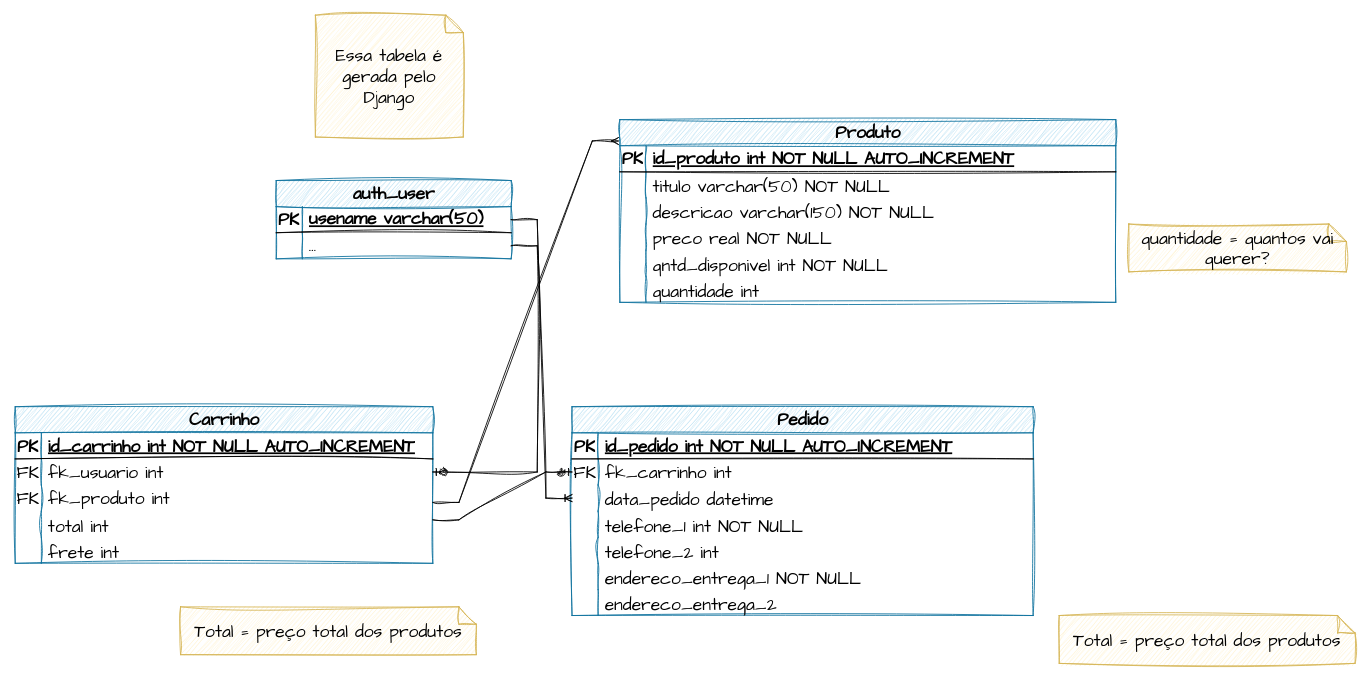
Earlier version of the draw.io diagram docs/DER.drawio (rafaelngoncalves5/classewatches). Source tidied: cells renumbered, new cells numbered last; positions are measured from the earlier drawing's top-left corner, leaving out a move shared by most shapes. Both pictures are drawn from the tidied source at 87%, with x=0, y=0 at pixel (15, 15).
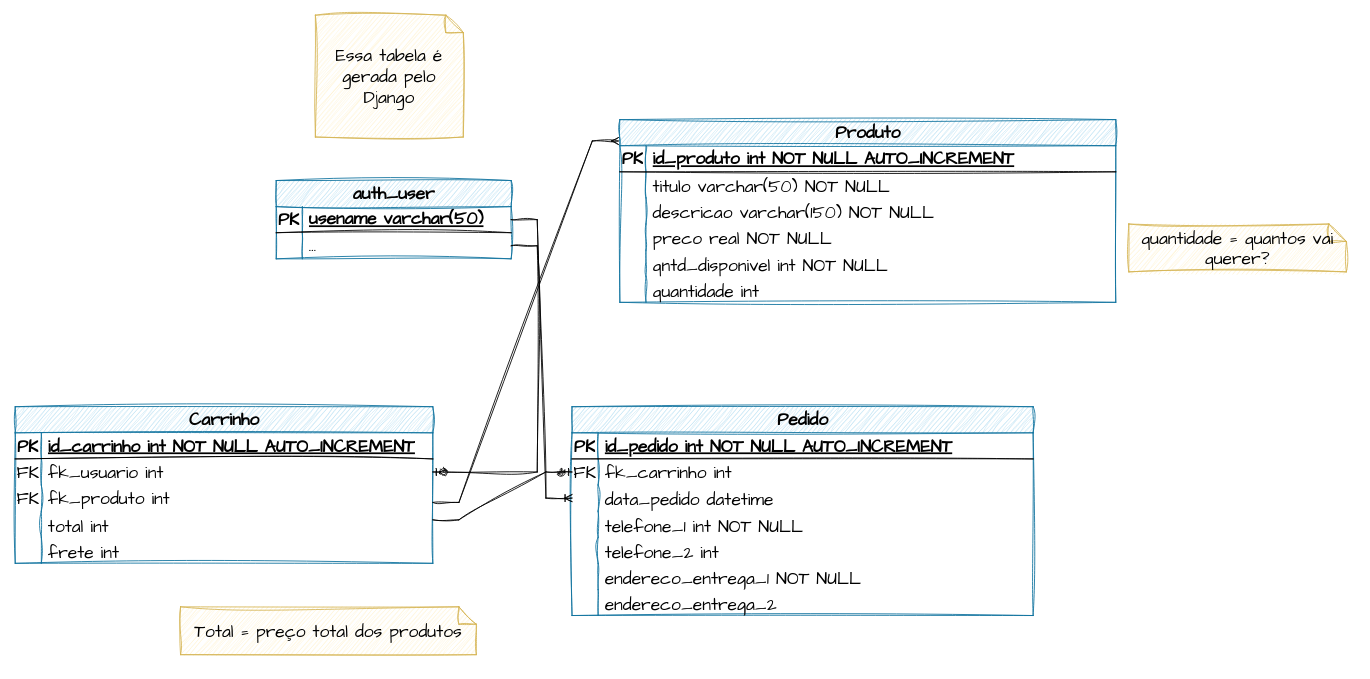
Above is the later version.

What changed in the source:
```diff
@@
-    <mxCell id="69" value="Total = preço total dos produtos" style="shape=note;size=20;whiteSpace=wrap;html=1;sketch=1;hachureGap=4;jiggle=2;curveFitting=1;fontFamily=Architects Daughter;fontSize=20;fillColor=#fff2cc;strokeColor=#d6b656;" parent="1" vertex="1">
-      <mxGeometry x="1200" y="690" width="340" height="55" as="geometry" />
-    </mxCell>
```
